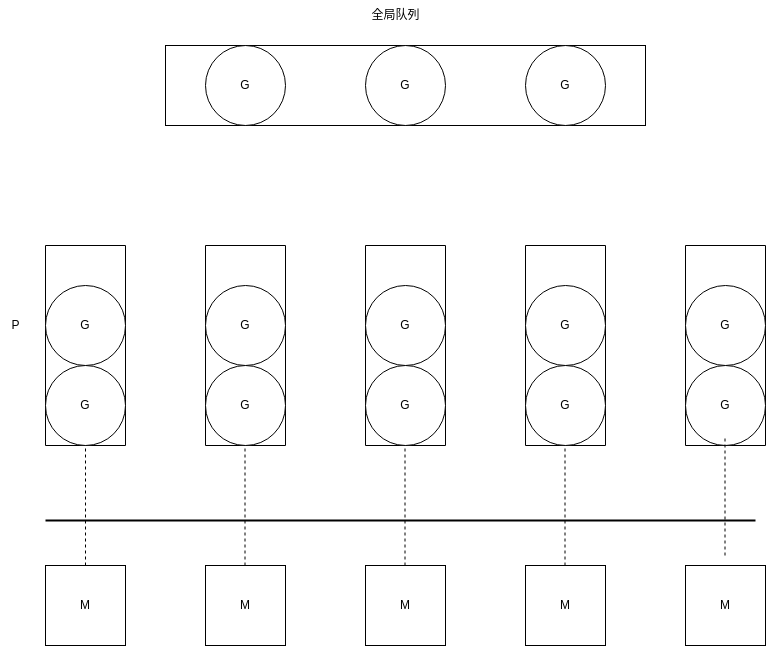
zlmsx/zlmsx.github.io keeps this draw.io diagram as img/GPM.png. Above is the earlier version. Source tidied: cells renumbered, new cells last; positions are measured from the earlier drawing's top-left corner, leaving out a move shared by most shapes.
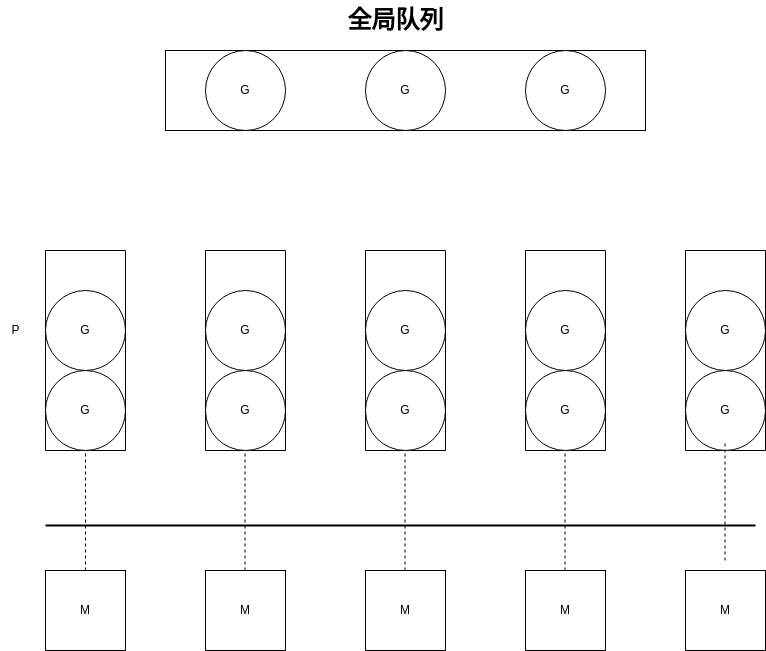
Later version of the same file.

What changed in the source:
```diff
@@ -107,8 +107,8 @@
     <mxCell id="32" value="G" style="ellipse;whiteSpace=wrap;html=1;" parent="1" vertex="1">
       <mxGeometry x="525" y="45" width="80" height="80" as="geometry" />
     </mxCell>
-    <mxCell id="33" value="全局队列" style="text;html=1;align=center;verticalAlign=middle;strokeColor=none;fillColor=none;" parent="1" vertex="1">
-      <mxGeometry x="360" width="70" height="30" as="geometry" />
+    <mxCell id="33" value="&lt;b&gt;&lt;font style=&quot;font-size: 24px;&quot;&gt;全局队列&lt;/font&gt;&lt;/b&gt;" style="text;html=1;align=center;verticalAlign=middle;strokeColor=none;fillColor=none;" parent="1" vertex="1">
+      <mxGeometry x="335" y="-5" width="120" height="40" as="geometry" />
     </mxCell>
   </root>
 </mxGraphModel>
```
